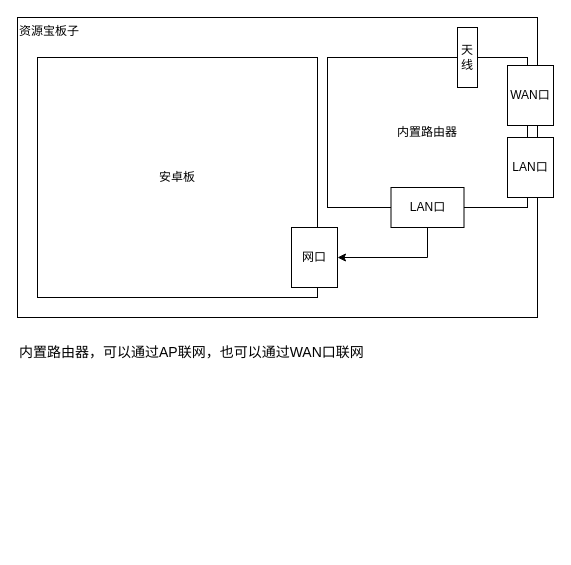
Before: ziyuanbao.drawio in caozhongqin/diagrams.net, a draw.io diagram. Source tidied: cells renumbered, new cells numbered last; positions are measured from the earlier drawing's top-left corner, leaving out a move shared by most shapes. Both pictures are drawn from the tidied source at 100%, with x=0, y=0 at pixel (17, 17).
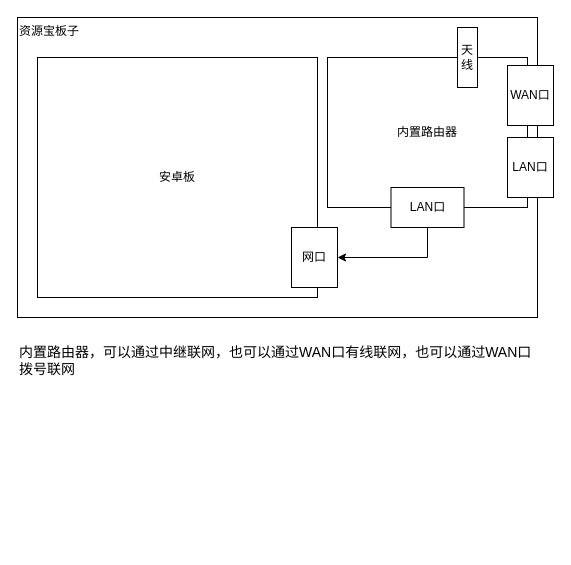
Above is the later version.

Diff of the diagram source:
```diff
@@
 <mxGraphModel>
   <root>
     <mxCell id="0" />
     <mxCell id="1" parent="0" />
     <mxCell id="2" value="资源宝板子" style="rounded=0;whiteSpace=wrap;html=1;horizontal=1;align=left;verticalAlign=top;" parent="1" vertex="1">
       <mxGeometry width="520" height="300" as="geometry" />
     </mxCell>
     <mxCell id="3" style="edgeStyle=orthogonalEdgeStyle;rounded=0;jettySize=auto;html=1;exitX=0.5;exitY=1;exitDx=0;exitDy=0;" parent="1" edge="1" source="11" target="6">
       <mxGeometry relative="1" as="geometry" />
     </mxCell>
     <mxCell id="4" style="group;" parent="1" vertex="1">
       <mxGeometry x="20" y="40" width="300" height="240" as="geometry" />
     </mxCell>
     <mxCell id="5" value="安卓板" style="rounded=0;whiteSpace=wrap;html=1;" parent="4" vertex="1">
       <mxGeometry width="280" height="240" as="geometry" />
     </mxCell>
     <mxCell id="6" value="网口" style="rounded=0;whiteSpace=wrap;html=1;" parent="4" vertex="1">
       <mxGeometry x="254" y="170" width="46" height="60" as="geometry" />
     </mxCell>
     <mxCell id="7" style="group;" parent="1" vertex="1">
       <mxGeometry x="310" y="40" width="226" height="170" as="geometry" />
     </mxCell>
     <mxCell id="8" value="内置路由器" style="rounded=0;whiteSpace=wrap;html=1;" parent="7" vertex="1">
       <mxGeometry width="200" height="150" as="geometry" />
     </mxCell>
     <mxCell id="9" value="WAN口" style="rounded=0;whiteSpace=wrap;html=1;" parent="7" vertex="1">
       <mxGeometry x="180" y="8" width="46" height="60" as="geometry" />
     </mxCell>
     <mxCell id="10" value="LAN口" style="rounded=0;whiteSpace=wrap;html=1;" parent="7" vertex="1">
       <mxGeometry x="180" y="80" width="46" height="60" as="geometry" />
     </mxCell>
     <mxCell id="11" value="LAN口" style="rounded=0;whiteSpace=wrap;html=1;" parent="7" vertex="1">
       <mxGeometry x="63.5" y="130" width="73" height="40" as="geometry" />
     </mxCell>
     <mxCell id="12" value="天线" style="rounded=0;whiteSpace=wrap;html=1;" parent="7" vertex="1">
       <mxGeometry x="130" y="-30" width="20" height="60" as="geometry" />
     </mxCell>
-    <mxCell id="13" value="内置路由器，可以通过AP联网，也可以通过WAN口联网" style="text;html=1;strokeColor=none;fillColor=none;align=left;verticalAlign=top;whiteSpace=wrap;rounded=0;fontSize=14;" parent="1" vertex="1">
+    <mxCell id="13" value="内置路由器，可以通过中继联网，也可以通过WAN口有线联网，也可以通过WAN口拨号联网" style="text;html=1;strokeColor=none;fillColor=none;align=left;verticalAlign=top;whiteSpace=wrap;rounded=0;fontSize=14;" parent="1" vertex="1">
       <mxGeometry y="320" width="520" height="210" as="geometry" />
     </mxCell>
   </root>
 </mxGraphModel>
```
